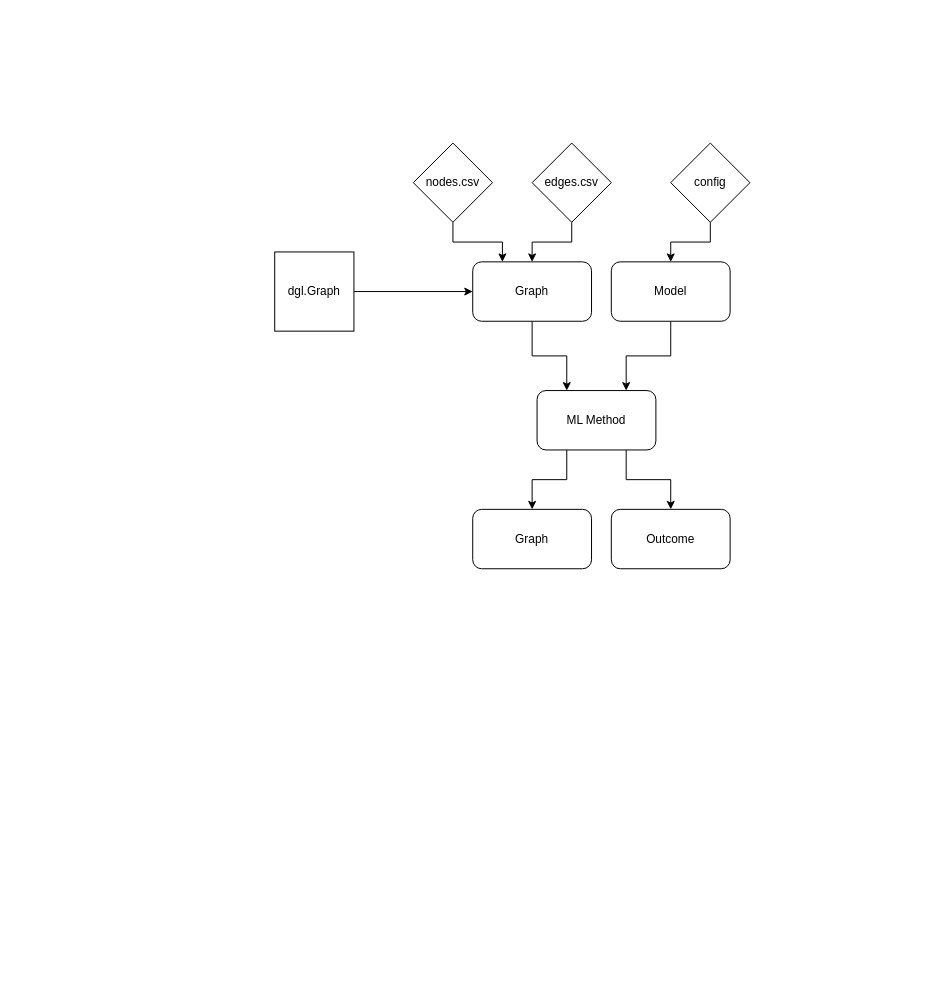
TasmanGC/geo_graphnet keeps this draw.io diagram as docs/Module_Structure.drawio. Above is the earlier version. Source tidied: cells renumbered, new cells numbered last; positions are measured from the earlier drawing's top-left corner, leaving out a move shared by most shapes. Both pictures are drawn from the tidied source at 99%, with x=0, y=0 at pixel (274, 143).
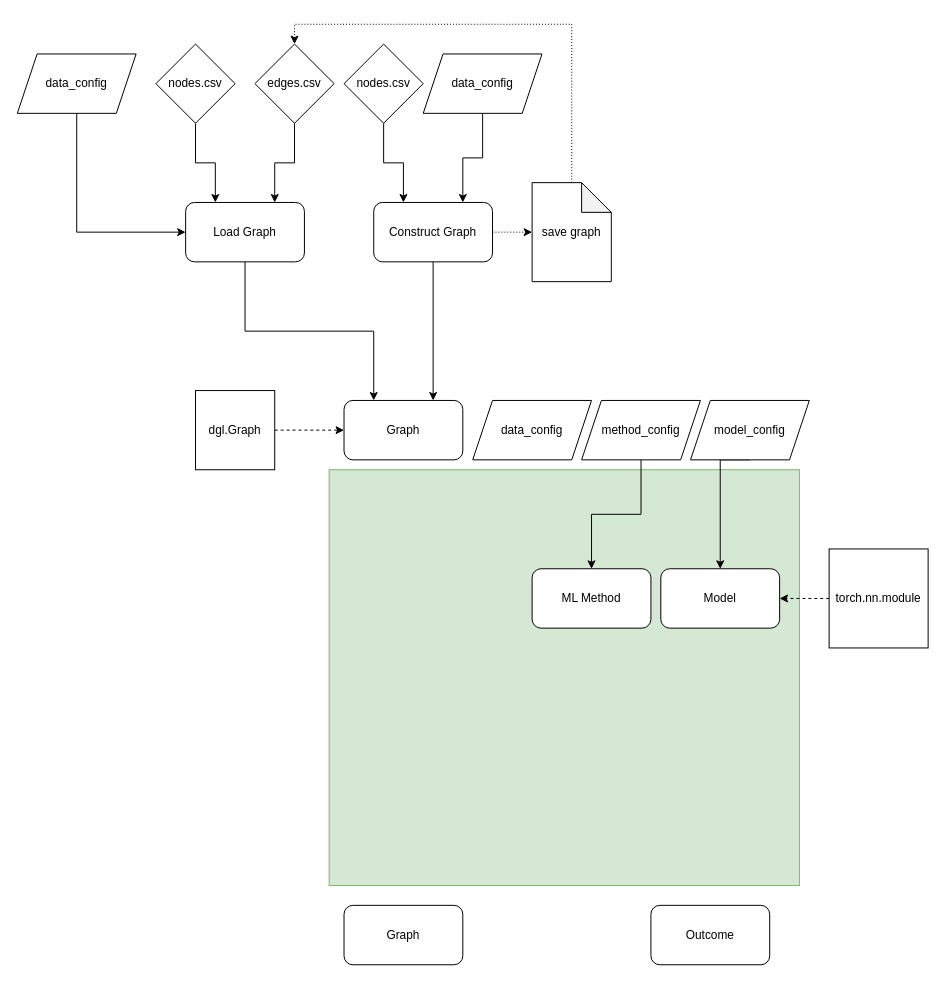
Above is the later version.

The edit, as a diff of the source:
```diff
@@
-    <mxCell id="2" style="edgeStyle=orthogonalEdgeStyle;rounded=0;jettySize=auto;html=1;exitX=0.5;exitY=1;exitDx=0;exitDy=0;entryX=0.25;entryY=0;entryDx=0;entryDy=0;" parent="1" edge="1" source="3" target="8">
-      <mxGeometry relative="1" as="geometry" />
-    </mxCell>
-    <mxCell id="3" value="Graph" style="rounded=1;whiteSpace=wrap;html=1;" parent="1" vertex="1">
-      <mxGeometry x="200" y="120" width="120" height="60" as="geometry" />
-    </mxCell>
-    <mxCell id="4" style="edgeStyle=orthogonalEdgeStyle;rounded=0;jettySize=auto;html=1;exitX=0.5;exitY=1;exitDx=0;exitDy=0;entryX=0.75;entryY=0;entryDx=0;entryDy=0;" parent="1" edge="1" source="5" target="8">
-      <mxGeometry relative="1" as="geometry" />
-    </mxCell>
+    <mxCell id="19" style="rounded=0;whiteSpace=wrap;html=1;fillColor=#d5e8d4;strokeColor=#82b366;" parent="1" vertex="1">
+      <mxGeometry x="55" y="330" width="475" height="420" as="geometry" />
+    </mxCell>
     <mxCell id="5" value="Model" style="rounded=1;whiteSpace=wrap;html=1;" parent="1" vertex="1">
-      <mxGeometry x="340" y="120" width="120" height="60" as="geometry" />
+      <mxGeometry x="390" y="430" width="120" height="60" as="geometry" />
     </mxCell>
-    <mxCell id="6" style="edgeStyle=orthogonalEdgeStyle;rounded=0;jettySize=auto;html=1;exitX=0.25;exitY=1;exitDx=0;exitDy=0;entryX=0.5;entryY=0;entryDx=0;entryDy=0;" parent="1" edge="1" source="8" target="9">
-      <mxGeometry relative="1" as="geometry" />
-    </mxCell>
-    <mxCell id="7" style="edgeStyle=orthogonalEdgeStyle;rounded=0;jettySize=auto;html=1;exitX=0.75;exitY=1;exitDx=0;exitDy=0;entryX=0.5;entryY=0;entryDx=0;entryDy=0;" parent="1" edge="1" source="8" target="10">
-      <mxGeometry relative="1" as="geometry" />
-    </mxCell>
     <mxCell id="8" value="ML Method" style="rounded=1;whiteSpace=wrap;html=1;" parent="1" vertex="1">
-      <mxGeometry x="265" y="250" width="120" height="60" as="geometry" />
+      <mxGeometry x="260" y="430" width="120" height="60" as="geometry" />
     </mxCell>
     <mxCell id="9" value="Graph" style="rounded=1;whiteSpace=wrap;html=1;" parent="1" vertex="1">
-      <mxGeometry x="200" y="370" width="120" height="60" as="geometry" />
+      <mxGeometry x="70" y="770" width="120" height="60" as="geometry" />
     </mxCell>
     <mxCell id="10" value="Outcome" style="rounded=1;whiteSpace=wrap;html=1;" parent="1" vertex="1">
-      <mxGeometry x="340" y="370" width="120" height="60" as="geometry" />
+      <mxGeometry x="380" y="770" width="120" height="60" as="geometry" />
     </mxCell>
-    <mxCell id="11" style="edgeStyle=orthogonalEdgeStyle;rounded=0;jettySize=auto;html=1;exitX=0.5;exitY=1;exitDx=0;exitDy=0;entryX=0.25;entryY=0;entryDx=0;entryDy=0;" parent="1" edge="1" source="12" target="3">
+    <mxCell id="11" style="edgeStyle=orthogonalEdgeStyle;rounded=0;jettySize=auto;html=1;exitX=0.5;exitY=1;exitDx=0;exitDy=0;entryX=0.25;entryY=0;entryDx=0;entryDy=0;" parent="1" edge="1" source="12" target="22">
       <mxGeometry relative="1" as="geometry" />
     </mxCell>
     <mxCell id="12" value="nodes.csv" style="rhombus;whiteSpace=wrap;html=1;" parent="1" vertex="1">
-      <mxGeometry x="140" width="80" height="80" as="geometry" />
+      <mxGeometry x="-120" y="-100" width="80" height="80" as="geometry" />
     </mxCell>
-    <mxCell id="13" style="edgeStyle=orthogonalEdgeStyle;rounded=0;jettySize=auto;html=1;exitX=0.5;exitY=1;exitDx=0;exitDy=0;" parent="1" edge="1" source="14" target="3">
-      <mxGeometry relative="1" as="geometry" />
-    </mxCell>
+    <mxCell id="20" style="edgeStyle=orthogonalEdgeStyle;rounded=0;jettySize=auto;html=1;exitX=0.5;exitY=1;exitDx=0;exitDy=0;entryX=0.75;entryY=0;entryDx=0;entryDy=0;" parent="1" edge="1" source="14" target="22">
+      <mxGeometry relative="1" as="geometry" />
+    </mxCell>
     <mxCell id="14" value="edges.csv" style="rhombus;whiteSpace=wrap;html=1;" parent="1" vertex="1">
-      <mxGeometry x="260" width="80" height="80" as="geometry" />
+      <mxGeometry x="-20" y="-100" width="80" height="80" as="geometry" />
     </mxCell>
-    <mxCell id="15" style="edgeStyle=orthogonalEdgeStyle;rounded=0;jettySize=auto;html=1;exitX=0.5;exitY=1;exitDx=0;exitDy=0;" parent="1" edge="1" source="16" target="5">
-      <mxGeometry relative="1" as="geometry" />
-    </mxCell>
-    <mxCell id="16" value="config" style="rhombus;whiteSpace=wrap;html=1;" parent="1" vertex="1">
-      <mxGeometry x="400" width="80" height="80" as="geometry" />
-    </mxCell>
-    <mxCell id="17" style="edgeStyle=orthogonalEdgeStyle;rounded=0;jettySize=auto;html=1;exitX=1;exitY=0.5;exitDx=0;exitDy=0;" parent="1" edge="1" source="18" target="3">
+    <mxCell id="17" style="edgeStyle=orthogonalEdgeStyle;rounded=0;jettySize=auto;html=1;exitX=1;exitY=0.5;exitDx=0;exitDy=0;dashed=1;" parent="1" edge="1" source="18" target="3">
       <mxGeometry relative="1" as="geometry" />
     </mxCell>
     <mxCell id="18" value="dgl.Graph" style="whiteSpace=wrap;html=1;" parent="1" vertex="1">
-      <mxGeometry y="110" width="80" height="80" as="geometry" />
+      <mxGeometry x="-80" y="250" width="80" height="80" as="geometry" />
     </mxCell>
+    <mxCell id="3" value="Graph" style="rounded=1;whiteSpace=wrap;html=1;" parent="1" vertex="1">
+      <mxGeometry x="70" y="260" width="120" height="60" as="geometry" />
+    </mxCell>
+    <mxCell id="21" style="edgeStyle=orthogonalEdgeStyle;rounded=0;jettySize=auto;html=1;exitX=0.5;exitY=1;exitDx=0;exitDy=0;entryX=0.25;entryY=0;entryDx=0;entryDy=0;" parent="1" edge="1" source="22" target="3">
+      <mxGeometry relative="1" as="geometry" />
+    </mxCell>
+    <mxCell id="22" value="Load Graph" style="rounded=1;whiteSpace=wrap;html=1;" parent="1" vertex="1">
+      <mxGeometry x="-90" y="60" width="120" height="60" as="geometry" />
+    </mxCell>
+    <mxCell id="23" style="edgeStyle=orthogonalEdgeStyle;rounded=0;jettySize=auto;html=1;exitX=0.5;exitY=1;exitDx=0;exitDy=0;entryX=0.25;entryY=0;entryDx=0;entryDy=0;" parent="1" edge="1" source="24" target="27">
+      <mxGeometry relative="1" as="geometry" />
+    </mxCell>
+    <mxCell id="24" value="nodes.csv" style="rhombus;whiteSpace=wrap;html=1;" parent="1" vertex="1">
+      <mxGeometry x="70" y="-100" width="80" height="80" as="geometry" />
+    </mxCell>
+    <mxCell id="25" style="edgeStyle=orthogonalEdgeStyle;rounded=0;jettySize=auto;html=1;exitX=0.5;exitY=1;exitDx=0;exitDy=0;entryX=0.75;entryY=0;entryDx=0;entryDy=0;" parent="1" edge="1" source="27" target="3">
+      <mxGeometry relative="1" as="geometry" />
+    </mxCell>
+    <mxCell id="26" style="edgeStyle=orthogonalEdgeStyle;rounded=0;jettySize=auto;html=1;exitX=1;exitY=0.5;exitDx=0;exitDy=0;entryX=0;entryY=0.5;entryDx=0;entryDy=0;entryPerimeter=0;dashed=1;dashPattern=1 2;" parent="1" edge="1" source="27" target="31">
+      <mxGeometry relative="1" as="geometry" />
+    </mxCell>
+    <mxCell id="27" value="Construct Graph" style="rounded=1;whiteSpace=wrap;html=1;" parent="1" vertex="1">
+      <mxGeometry x="100" y="60" width="120" height="60" as="geometry" />
+    </mxCell>
+    <mxCell id="28" style="edgeStyle=orthogonalEdgeStyle;rounded=0;jettySize=auto;html=1;exitX=0.5;exitY=1;exitDx=0;exitDy=0;entryX=0.75;entryY=0;entryDx=0;entryDy=0;" parent="1" edge="1" source="29" target="27">
+      <mxGeometry relative="1" as="geometry" />
+    </mxCell>
+    <mxCell id="29" value="data_config" style="shape=parallelogram;perimeter=parallelogramPerimeter;whiteSpace=wrap;html=1;fixedSize=1;" parent="1" vertex="1">
+      <mxGeometry x="150" y="-90" width="120" height="60" as="geometry" />
+    </mxCell>
+    <mxCell id="30" style="edgeStyle=orthogonalEdgeStyle;rounded=0;jettySize=auto;html=1;exitX=0.5;exitY=0;exitDx=0;exitDy=0;exitPerimeter=0;entryX=0.5;entryY=0;entryDx=0;entryDy=0;dashed=1;dashPattern=1 2;" parent="1" edge="1" source="31" target="14">
+      <mxGeometry relative="1" as="geometry" />
+    </mxCell>
+    <mxCell id="31" value="save graph" style="shape=note;whiteSpace=wrap;html=1;backgroundOutline=1;darkOpacity=0.05;" parent="1" vertex="1">
+      <mxGeometry x="260" y="40" width="80" height="100" as="geometry" />
+    </mxCell>
+    <mxCell id="32" style="edgeStyle=orthogonalEdgeStyle;rounded=0;jettySize=auto;html=1;exitX=0;exitY=0.5;exitDx=0;exitDy=0;dashed=1;" parent="1" edge="1" source="33" target="5">
+      <mxGeometry relative="1" as="geometry" />
+    </mxCell>
+    <mxCell id="33" value="torch.nn.module" style="whiteSpace=wrap;html=1;" parent="1" vertex="1">
+      <mxGeometry x="560" y="410" width="100" height="100" as="geometry" />
+    </mxCell>
+    <mxCell id="34" style="edgeStyle=orthogonalEdgeStyle;rounded=0;jettySize=auto;html=1;exitX=0.5;exitY=1;exitDx=0;exitDy=0;" parent="1" edge="1" source="35" target="5">
+      <mxGeometry relative="1" as="geometry">
+        <Array as="points">
+          <mxPoint x="450" y="320" />
+        </Array>
+      </mxGeometry>
+    </mxCell>
+    <mxCell id="35" value="model_config" style="shape=parallelogram;perimeter=parallelogramPerimeter;whiteSpace=wrap;html=1;fixedSize=1;" parent="1" vertex="1">
+      <mxGeometry x="420" y="260" width="120" height="60" as="geometry" />
+    </mxCell>
+    <mxCell id="36" style="edgeStyle=orthogonalEdgeStyle;rounded=0;jettySize=auto;html=1;exitX=0.5;exitY=1;exitDx=0;exitDy=0;entryX=0;entryY=0.5;entryDx=0;entryDy=0;" parent="1" edge="1" source="37" target="22">
+      <mxGeometry relative="1" as="geometry" />
+    </mxCell>
+    <mxCell id="37" value="data_config" style="shape=parallelogram;perimeter=parallelogramPerimeter;whiteSpace=wrap;html=1;fixedSize=1;" parent="1" vertex="1">
+      <mxGeometry x="-260" y="-90" width="120" height="60" as="geometry" />
+    </mxCell>
+    <mxCell id="38" style="edgeStyle=orthogonalEdgeStyle;rounded=0;jettySize=auto;html=1;exitX=0.5;exitY=1;exitDx=0;exitDy=0;" parent="1" edge="1" source="39" target="8">
+      <mxGeometry relative="1" as="geometry" />
+    </mxCell>
+    <mxCell id="39" value="method_config" style="shape=parallelogram;perimeter=parallelogramPerimeter;whiteSpace=wrap;html=1;fixedSize=1;" parent="1" vertex="1">
+      <mxGeometry x="310" y="260" width="120" height="60" as="geometry" />
+    </mxCell>
+    <mxCell id="40" value="data_config" style="shape=parallelogram;perimeter=parallelogramPerimeter;whiteSpace=wrap;html=1;fixedSize=1;" parent="1" vertex="1">
+      <mxGeometry x="200" y="260" width="120" height="60" as="geometry" />
+    </mxCell>
```
